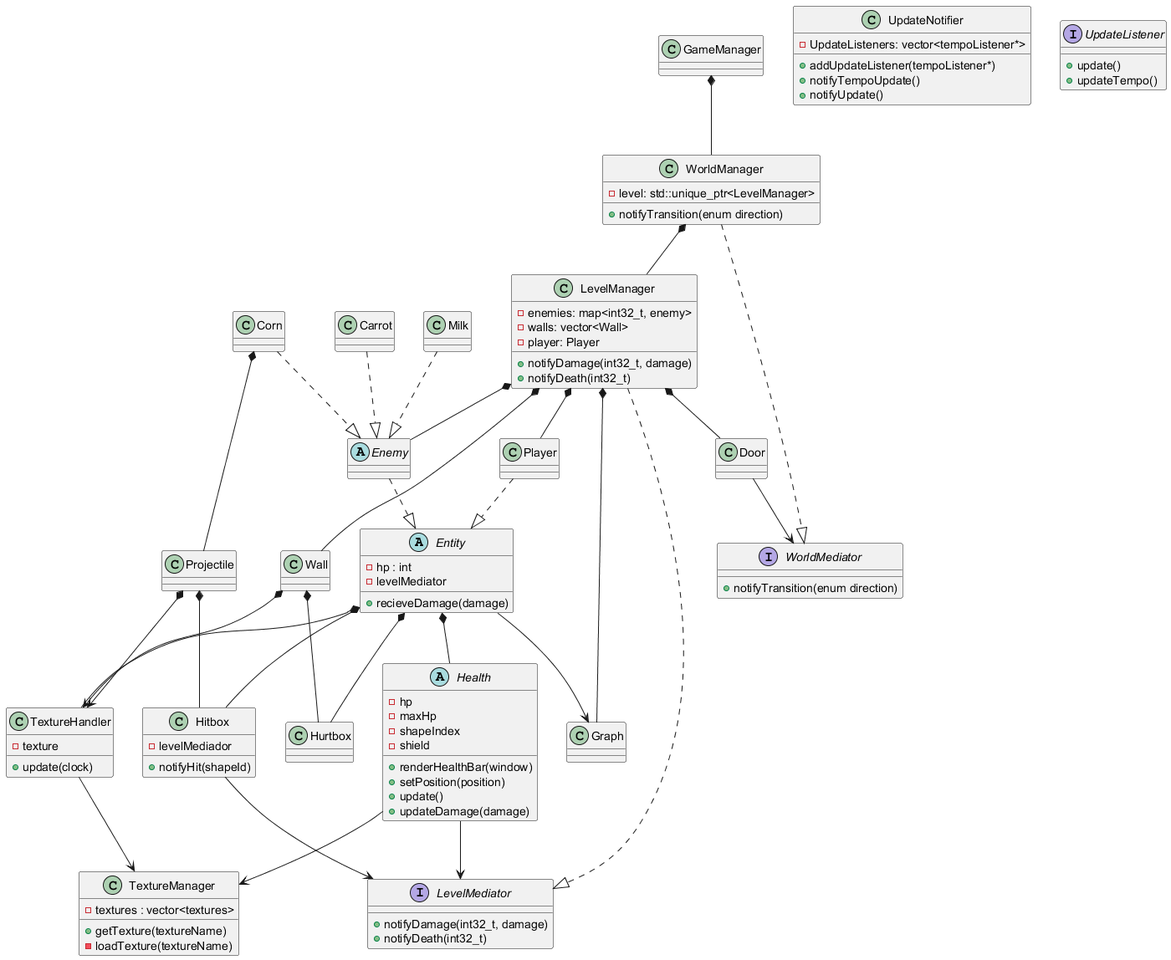
Before: diagrammeUML.png, a diagram exported from PlantUML (G-Arlabosse/JIN-Gillian-Leo).
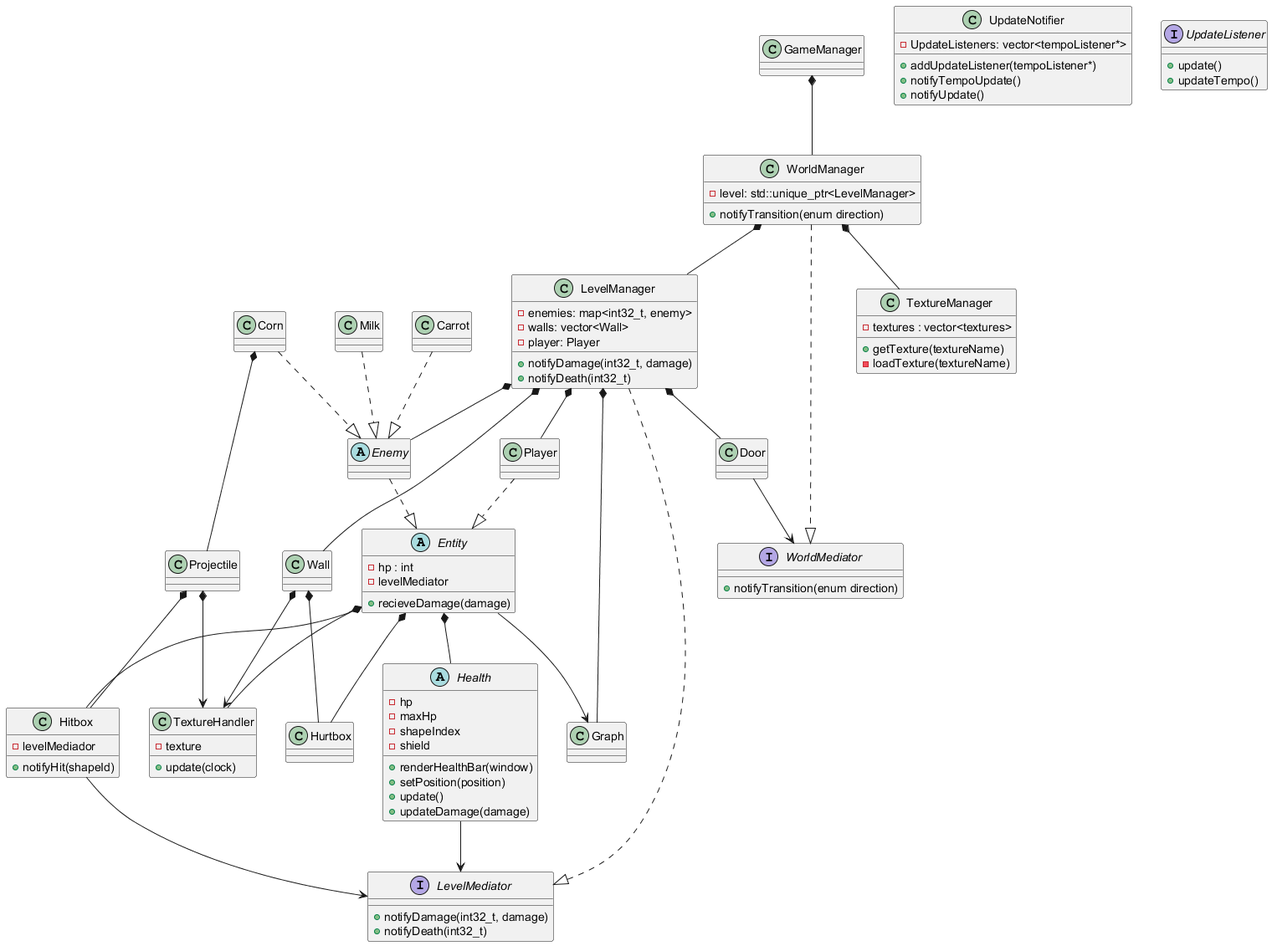
The same diagram one commit later.

Change to the diagram source:
```diff
@@ -155,8 +155,7 @@
 Wall *--> TextureHandler
 Projectile *--> TextureHandler
 
-TextureHandler --> TextureManager
-Health --> TextureManager
+WorldManager *-- TextureManager
 
 Corn *-- Projectile
 
```
